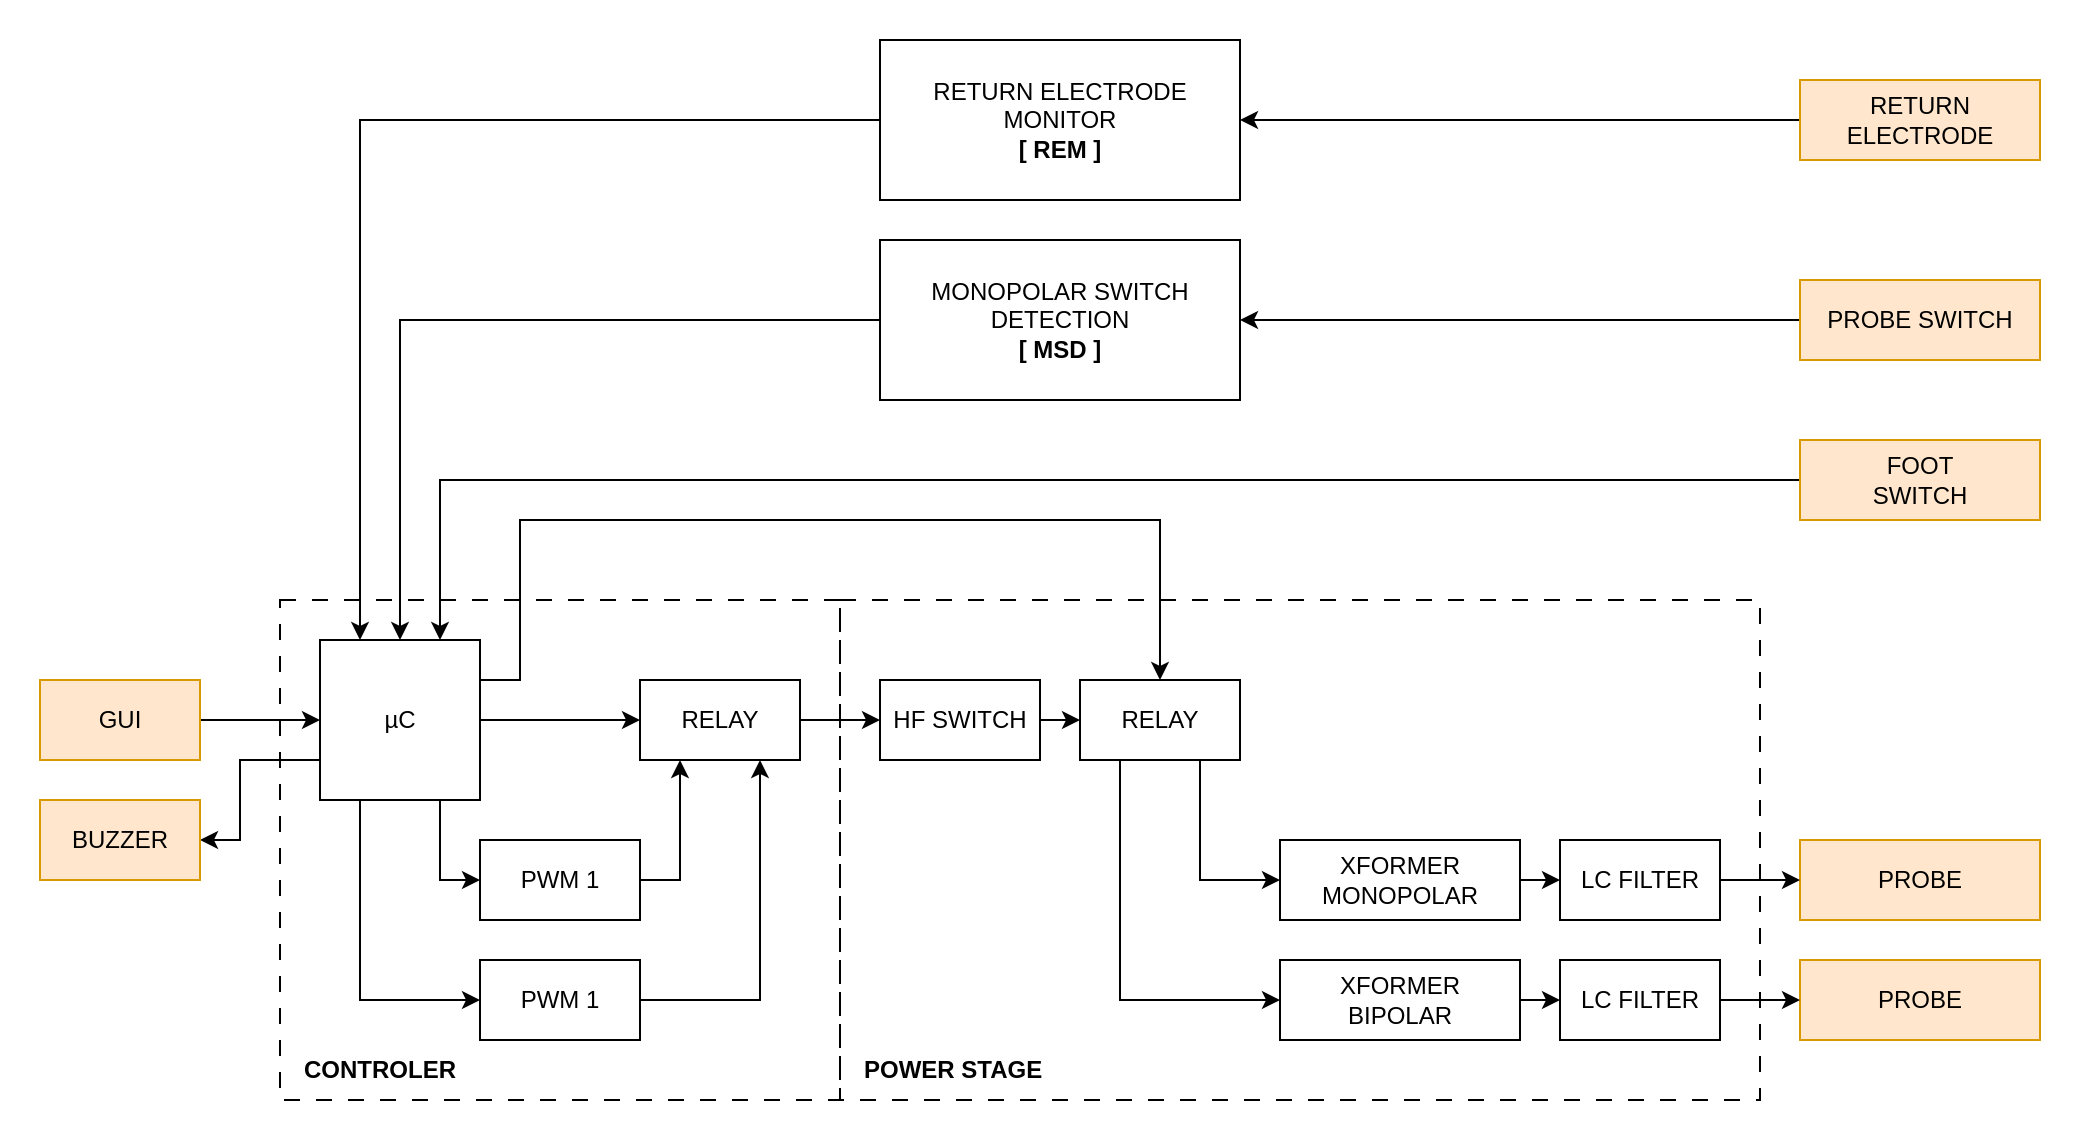
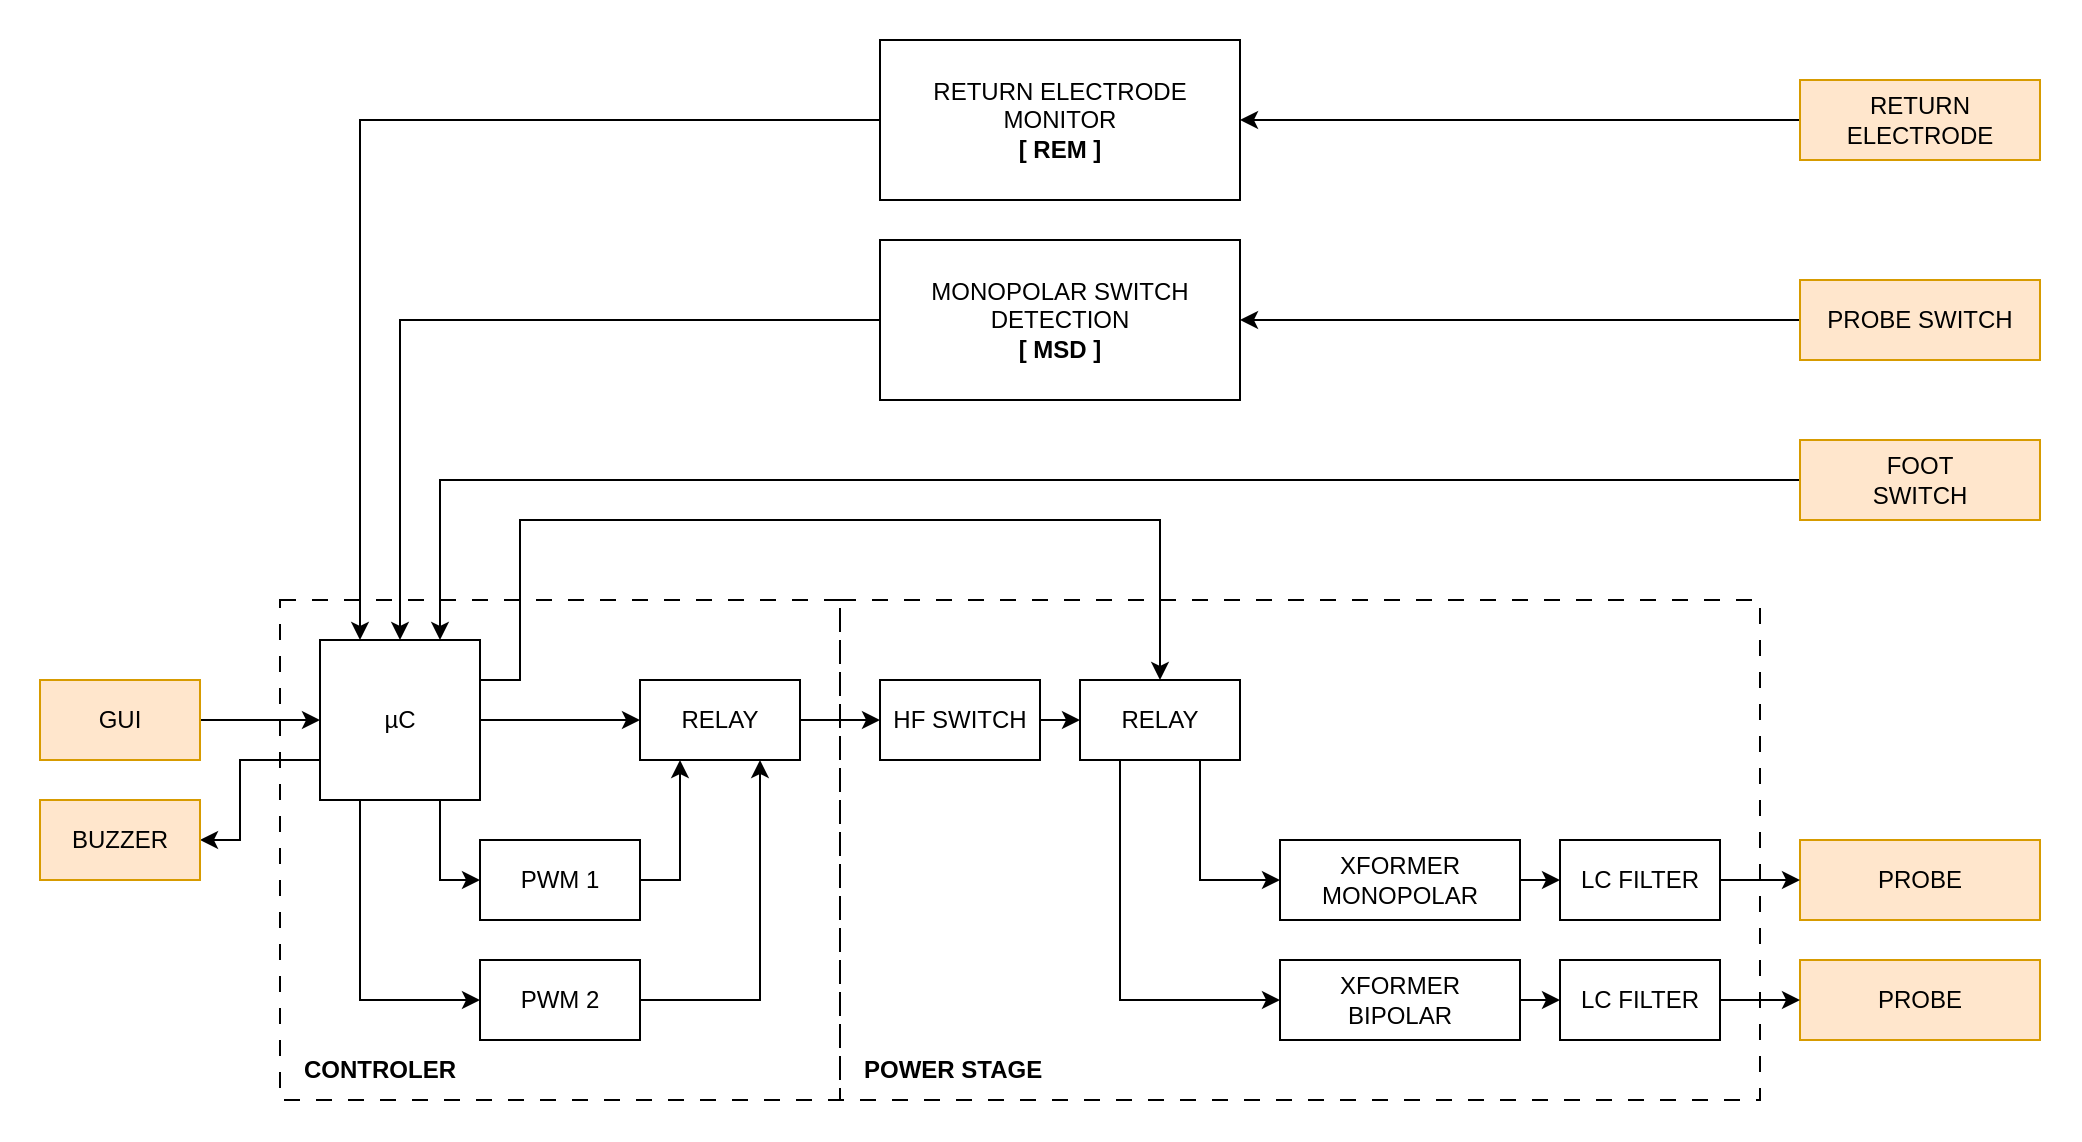
<mxfile host="Electron" agent="Mozilla/5.0 (Macintosh; Intel Mac OS X 10_15_7) AppleWebKit/537.36 (KHTML, like Gecko) draw.io/27.0.9 Chrome/134.0.6998.205 Electron/35.4.0 Safari/537.36" version="27.0.9">
  <diagram name="Page-1" id="lGJAKMOtNASJiG4ymPsX">
-     <mxGraphModel dx="1113" dy="861" grid="1" gridSize="10" guides="1" tooltips="1" connect="1" arrows="1" fold="1" page="1" pageScale="1" pageWidth="850" pageHeight="1100" math="0" shadow="0">
+     <mxGraphModel dx="1186" dy="882" grid="1" gridSize="10" guides="1" tooltips="1" connect="1" arrows="1" fold="1" page="1" pageScale="1" pageWidth="850" pageHeight="1100" math="0" shadow="0">
      <root>
        <mxCell id="0" />
        <mxCell id="1" parent="0" />
-         <mxCell id="9y6h02osWJ8CDRBxh5Tl-43" value="" style="rounded=0;whiteSpace=wrap;html=1;fillColor=none;strokeColor=none;labelBackgroundColor=none;fillStyle=solid;" parent="1" vertex="1">
+         <mxCell id="9y6h02osWJ8CDRBxh5Tl-43" value="&lt;div&gt;&lt;br/&gt;&lt;/div&gt;" style="rounded=0;whiteSpace=wrap;html=1;fillColor=none;strokeColor=none;labelBackgroundColor=none;fillStyle=solid;" parent="1" vertex="1">
          <mxGeometry y="80" width="1040" height="570" as="geometry" />
        </mxCell>
        <mxCell id="9y6h02osWJ8CDRBxh5Tl-30" value="" style="rounded=0;whiteSpace=wrap;html=1;fillColor=none;dashed=1;dashPattern=8 8;" parent="1" vertex="1">
          <mxGeometry x="140" y="380" width="280" height="250" as="geometry" />
        </mxCell>
        <mxCell id="9y6h02osWJ8CDRBxh5Tl-33" value="" style="rounded=0;whiteSpace=wrap;html=1;fillColor=none;dashed=1;dashPattern=8 8;" parent="1" vertex="1">
          <mxGeometry x="420" y="380" width="460" height="250" as="geometry" />
        </mxCell>
        <mxCell id="9y6h02osWJ8CDRBxh5Tl-16" style="edgeStyle=orthogonalEdgeStyle;rounded=0;orthogonalLoop=1;jettySize=auto;html=1;exitX=1;exitY=0.5;exitDx=0;exitDy=0;entryX=0;entryY=0.5;entryDx=0;entryDy=0;" parent="1" source="9y6h02osWJ8CDRBxh5Tl-57" target="9y6h02osWJ8CDRBxh5Tl-58" edge="1">
          <mxGeometry relative="1" as="geometry">
            <mxPoint x="600" y="440" as="sourcePoint" />
            <mxPoint x="640" y="440" as="targetPoint" />
          </mxGeometry>
        </mxCell>
        <mxCell id="9y6h02osWJ8CDRBxh5Tl-9" style="edgeStyle=orthogonalEdgeStyle;rounded=0;orthogonalLoop=1;jettySize=auto;html=1;exitX=1;exitY=0.5;exitDx=0;exitDy=0;entryX=0;entryY=0.5;entryDx=0;entryDy=0;" parent="1" source="9y6h02osWJ8CDRBxh5Tl-56" target="9y6h02osWJ8CDRBxh5Tl-57" edge="1">
          <mxGeometry relative="1" as="geometry">
            <mxPoint x="480" y="440" as="sourcePoint" />
            <mxPoint x="520" y="440" as="targetPoint" />
          </mxGeometry>
        </mxCell>
        <mxCell id="9y6h02osWJ8CDRBxh5Tl-23" style="edgeStyle=orthogonalEdgeStyle;rounded=0;orthogonalLoop=1;jettySize=auto;html=1;exitX=1;exitY=0.25;exitDx=0;exitDy=0;entryX=0.5;entryY=0;entryDx=0;entryDy=0;" parent="1" source="9y6h02osWJ8CDRBxh5Tl-10" target="9y6h02osWJ8CDRBxh5Tl-58" edge="1">
          <mxGeometry relative="1" as="geometry">
            <mxPoint x="680" y="400" as="targetPoint" />
            <Array as="points">
              <mxPoint x="260" y="420" />
              <mxPoint x="260" y="340" />
              <mxPoint x="580" y="340" />
            </Array>
          </mxGeometry>
        </mxCell>
        <mxCell id="9y6h02osWJ8CDRBxh5Tl-48" style="edgeStyle=orthogonalEdgeStyle;rounded=0;orthogonalLoop=1;jettySize=auto;html=1;exitX=0;exitY=0.75;exitDx=0;exitDy=0;entryX=1;entryY=0.5;entryDx=0;entryDy=0;" parent="1" source="9y6h02osWJ8CDRBxh5Tl-10" target="9y6h02osWJ8CDRBxh5Tl-44" edge="1">
          <mxGeometry relative="1" as="geometry">
            <Array as="points">
              <mxPoint x="120" y="460" />
              <mxPoint x="120" y="500" />
            </Array>
          </mxGeometry>
        </mxCell>
        <mxCell id="9y6h02osWJ8CDRBxh5Tl-50" style="edgeStyle=orthogonalEdgeStyle;rounded=0;orthogonalLoop=1;jettySize=auto;html=1;exitX=0.75;exitY=1;exitDx=0;exitDy=0;entryX=0;entryY=0.5;entryDx=0;entryDy=0;" parent="1" source="9y6h02osWJ8CDRBxh5Tl-10" target="9y6h02osWJ8CDRBxh5Tl-49" edge="1">
          <mxGeometry relative="1" as="geometry" />
        </mxCell>
        <mxCell id="9y6h02osWJ8CDRBxh5Tl-54" style="edgeStyle=orthogonalEdgeStyle;rounded=0;orthogonalLoop=1;jettySize=auto;html=1;exitX=0.25;exitY=1;exitDx=0;exitDy=0;entryX=0;entryY=0.5;entryDx=0;entryDy=0;" parent="1" source="9y6h02osWJ8CDRBxh5Tl-10" target="9y6h02osWJ8CDRBxh5Tl-53" edge="1">
          <mxGeometry relative="1" as="geometry" />
        </mxCell>
        <mxCell id="9y6h02osWJ8CDRBxh5Tl-60" style="edgeStyle=orthogonalEdgeStyle;rounded=0;orthogonalLoop=1;jettySize=auto;html=1;exitX=1;exitY=0.5;exitDx=0;exitDy=0;entryX=0;entryY=0.5;entryDx=0;entryDy=0;" parent="1" source="9y6h02osWJ8CDRBxh5Tl-10" target="9y6h02osWJ8CDRBxh5Tl-56" edge="1">
          <mxGeometry relative="1" as="geometry">
            <Array as="points">
              <mxPoint x="320" y="440" />
              <mxPoint x="320" y="440" />
            </Array>
          </mxGeometry>
        </mxCell>
        <mxCell id="9y6h02osWJ8CDRBxh5Tl-10" value="µC" style="rounded=0;whiteSpace=wrap;html=1;" parent="1" vertex="1">
          <mxGeometry x="160" y="400" width="80" height="80" as="geometry" />
        </mxCell>
-         <mxCell id="bND9FI77Pmz1nXRL4Sbd-13" style="edgeStyle=orthogonalEdgeStyle;rounded=0;orthogonalLoop=1;jettySize=auto;html=1;exitX=1;exitY=0.5;exitDx=0;exitDy=0;entryX=0;entryY=0.5;entryDx=0;entryDy=0;" edge="1" parent="1" source="9y6h02osWJ8CDRBxh5Tl-18" target="bND9FI77Pmz1nXRL4Sbd-8">
+         <mxCell id="bND9FI77Pmz1nXRL4Sbd-13" style="edgeStyle=orthogonalEdgeStyle;rounded=0;orthogonalLoop=1;jettySize=auto;html=1;exitX=1;exitY=0.5;exitDx=0;exitDy=0;entryX=0;entryY=0.5;entryDx=0;entryDy=0;" parent="1" source="9y6h02osWJ8CDRBxh5Tl-18" target="bND9FI77Pmz1nXRL4Sbd-8" edge="1">
          <mxGeometry relative="1" as="geometry" />
        </mxCell>
        <mxCell id="9y6h02osWJ8CDRBxh5Tl-18" value="XFORMER&lt;div&gt;MONOPOLAR&lt;/div&gt;" style="rounded=0;whiteSpace=wrap;html=1;" parent="1" vertex="1">
          <mxGeometry x="640" y="500" width="120" height="40" as="geometry" />
        </mxCell>
-         <mxCell id="bND9FI77Pmz1nXRL4Sbd-14" style="edgeStyle=orthogonalEdgeStyle;rounded=0;orthogonalLoop=1;jettySize=auto;html=1;exitX=1;exitY=0.5;exitDx=0;exitDy=0;entryX=0;entryY=0.5;entryDx=0;entryDy=0;" edge="1" parent="1" source="9y6h02osWJ8CDRBxh5Tl-19" target="bND9FI77Pmz1nXRL4Sbd-9">
+         <mxCell id="bND9FI77Pmz1nXRL4Sbd-14" style="edgeStyle=orthogonalEdgeStyle;rounded=0;orthogonalLoop=1;jettySize=auto;html=1;exitX=1;exitY=0.5;exitDx=0;exitDy=0;entryX=0;entryY=0.5;entryDx=0;entryDy=0;" parent="1" source="9y6h02osWJ8CDRBxh5Tl-19" target="bND9FI77Pmz1nXRL4Sbd-9" edge="1">
          <mxGeometry relative="1" as="geometry" />
        </mxCell>
        <mxCell id="9y6h02osWJ8CDRBxh5Tl-19" value="XFORMER&lt;div&gt;BIPOLAR&lt;/div&gt;" style="rounded=0;whiteSpace=wrap;html=1;" parent="1" vertex="1">
          <mxGeometry x="640" y="560" width="120" height="40" as="geometry" />
        </mxCell>
        <mxCell id="9y6h02osWJ8CDRBxh5Tl-25" style="edgeStyle=orthogonalEdgeStyle;rounded=0;orthogonalLoop=1;jettySize=auto;html=1;exitX=0;exitY=0.5;exitDx=0;exitDy=0;entryX=0.5;entryY=0;entryDx=0;entryDy=0;" parent="1" source="9y6h02osWJ8CDRBxh5Tl-24" target="9y6h02osWJ8CDRBxh5Tl-10" edge="1">
          <mxGeometry relative="1" as="geometry" />
        </mxCell>
        <mxCell id="9y6h02osWJ8CDRBxh5Tl-24" value="MONOPOLAR SWITCH DETECTION&lt;div&gt;&lt;b&gt;[ MSD ]&lt;/b&gt;&lt;/div&gt;" style="rounded=0;whiteSpace=wrap;html=1;" parent="1" vertex="1">
          <mxGeometry x="440" y="200" width="180" height="80" as="geometry" />
        </mxCell>
        <mxCell id="9y6h02osWJ8CDRBxh5Tl-27" style="edgeStyle=orthogonalEdgeStyle;rounded=0;orthogonalLoop=1;jettySize=auto;html=1;exitX=0;exitY=0.5;exitDx=0;exitDy=0;entryX=0.25;entryY=0;entryDx=0;entryDy=0;" parent="1" source="9y6h02osWJ8CDRBxh5Tl-26" target="9y6h02osWJ8CDRBxh5Tl-10" edge="1">
          <mxGeometry relative="1" as="geometry" />
        </mxCell>
        <mxCell id="9y6h02osWJ8CDRBxh5Tl-26" value="RETURN ELECTRODE MONITOR&lt;div&gt;&lt;b&gt;[ REM ]&lt;/b&gt;&lt;/div&gt;" style="rounded=0;whiteSpace=wrap;html=1;" parent="1" vertex="1">
          <mxGeometry x="440" y="100" width="180" height="80" as="geometry" />
        </mxCell>
        <mxCell id="9y6h02osWJ8CDRBxh5Tl-34" value="CONTROLER" style="text;html=1;align=left;verticalAlign=middle;whiteSpace=wrap;rounded=0;fontStyle=1" parent="1" vertex="1">
          <mxGeometry x="150" y="600" width="110" height="30" as="geometry" />
        </mxCell>
        <mxCell id="9y6h02osWJ8CDRBxh5Tl-35" value="POWER STAGE" style="text;html=1;align=left;verticalAlign=middle;whiteSpace=wrap;rounded=0;fontStyle=1" parent="1" vertex="1">
          <mxGeometry x="430" y="600" width="110" height="30" as="geometry" />
        </mxCell>
        <mxCell id="9y6h02osWJ8CDRBxh5Tl-38" style="edgeStyle=orthogonalEdgeStyle;rounded=0;orthogonalLoop=1;jettySize=auto;html=1;exitX=0;exitY=0.5;exitDx=0;exitDy=0;entryX=0.75;entryY=0;entryDx=0;entryDy=0;" parent="1" source="9y6h02osWJ8CDRBxh5Tl-36" target="9y6h02osWJ8CDRBxh5Tl-10" edge="1">
          <mxGeometry relative="1" as="geometry" />
        </mxCell>
        <mxCell id="9y6h02osWJ8CDRBxh5Tl-36" value="FOOT&lt;div&gt;SWITCH&lt;/div&gt;" style="rounded=0;whiteSpace=wrap;html=1;fillColor=#ffe6cc;strokeColor=#d79b00;" parent="1" vertex="1">
          <mxGeometry x="900" y="300" width="120" height="40" as="geometry" />
        </mxCell>
        <mxCell id="9y6h02osWJ8CDRBxh5Tl-41" style="edgeStyle=orthogonalEdgeStyle;rounded=0;orthogonalLoop=1;jettySize=auto;html=1;exitX=1;exitY=0.5;exitDx=0;exitDy=0;entryX=0;entryY=0.5;entryDx=0;entryDy=0;" parent="1" source="9y6h02osWJ8CDRBxh5Tl-40" target="9y6h02osWJ8CDRBxh5Tl-10" edge="1">
          <mxGeometry relative="1" as="geometry" />
        </mxCell>
        <mxCell id="9y6h02osWJ8CDRBxh5Tl-40" value="GUI" style="rounded=0;whiteSpace=wrap;html=1;fillColor=#ffe6cc;strokeColor=#d79b00;" parent="1" vertex="1">
          <mxGeometry x="20" y="420" width="80" height="40" as="geometry" />
        </mxCell>
        <mxCell id="9y6h02osWJ8CDRBxh5Tl-44" value="BUZZER" style="rounded=0;whiteSpace=wrap;html=1;fillColor=#ffe6cc;strokeColor=#d79b00;" parent="1" vertex="1">
          <mxGeometry x="20" y="480" width="80" height="40" as="geometry" />
        </mxCell>
        <mxCell id="9y6h02osWJ8CDRBxh5Tl-52" style="edgeStyle=orthogonalEdgeStyle;rounded=0;orthogonalLoop=1;jettySize=auto;html=1;exitX=1;exitY=0.5;exitDx=0;exitDy=0;entryX=0.25;entryY=1;entryDx=0;entryDy=0;" parent="1" source="9y6h02osWJ8CDRBxh5Tl-49" target="9y6h02osWJ8CDRBxh5Tl-56" edge="1">
          <mxGeometry relative="1" as="geometry">
            <mxPoint x="420" y="480" as="targetPoint" />
          </mxGeometry>
        </mxCell>
        <mxCell id="9y6h02osWJ8CDRBxh5Tl-49" value="PWM 1" style="rounded=0;whiteSpace=wrap;html=1;" parent="1" vertex="1">
          <mxGeometry x="240" y="500" width="80" height="40" as="geometry" />
        </mxCell>
        <mxCell id="9y6h02osWJ8CDRBxh5Tl-55" style="edgeStyle=orthogonalEdgeStyle;rounded=0;orthogonalLoop=1;jettySize=auto;html=1;exitX=1;exitY=0.5;exitDx=0;exitDy=0;entryX=0.75;entryY=1;entryDx=0;entryDy=0;" parent="1" source="9y6h02osWJ8CDRBxh5Tl-53" target="9y6h02osWJ8CDRBxh5Tl-56" edge="1">
          <mxGeometry relative="1" as="geometry">
            <mxPoint x="460" y="480" as="targetPoint" />
          </mxGeometry>
        </mxCell>
-         <mxCell id="9y6h02osWJ8CDRBxh5Tl-53" value="PWM 1" style="rounded=0;whiteSpace=wrap;html=1;" parent="1" vertex="1">
+         <mxCell id="9y6h02osWJ8CDRBxh5Tl-53" value="PWM 2" style="rounded=0;whiteSpace=wrap;html=1;" parent="1" vertex="1">
          <mxGeometry x="240" y="560" width="80" height="40" as="geometry" />
        </mxCell>
        <mxCell id="9y6h02osWJ8CDRBxh5Tl-56" value="RELAY" style="rounded=0;whiteSpace=wrap;html=1;" parent="1" vertex="1">
          <mxGeometry x="320" y="420" width="80" height="40" as="geometry" />
        </mxCell>
        <mxCell id="9y6h02osWJ8CDRBxh5Tl-57" value="HF SWITCH" style="rounded=0;whiteSpace=wrap;html=1;" parent="1" vertex="1">
          <mxGeometry x="440" y="420" width="80" height="40" as="geometry" />
        </mxCell>
        <mxCell id="9y6h02osWJ8CDRBxh5Tl-61" style="edgeStyle=orthogonalEdgeStyle;rounded=0;orthogonalLoop=1;jettySize=auto;html=1;exitX=0.25;exitY=1;exitDx=0;exitDy=0;entryX=0;entryY=0.5;entryDx=0;entryDy=0;" parent="1" source="9y6h02osWJ8CDRBxh5Tl-58" target="9y6h02osWJ8CDRBxh5Tl-19" edge="1">
          <mxGeometry relative="1" as="geometry" />
        </mxCell>
-         <mxCell id="bND9FI77Pmz1nXRL4Sbd-1" style="edgeStyle=orthogonalEdgeStyle;rounded=0;orthogonalLoop=1;jettySize=auto;html=1;exitX=0.75;exitY=1;exitDx=0;exitDy=0;entryX=0;entryY=0.5;entryDx=0;entryDy=0;" edge="1" parent="1" source="9y6h02osWJ8CDRBxh5Tl-58" target="9y6h02osWJ8CDRBxh5Tl-18">
+         <mxCell id="bND9FI77Pmz1nXRL4Sbd-1" style="edgeStyle=orthogonalEdgeStyle;rounded=0;orthogonalLoop=1;jettySize=auto;html=1;exitX=0.75;exitY=1;exitDx=0;exitDy=0;entryX=0;entryY=0.5;entryDx=0;entryDy=0;" parent="1" source="9y6h02osWJ8CDRBxh5Tl-58" target="9y6h02osWJ8CDRBxh5Tl-18" edge="1">
          <mxGeometry relative="1" as="geometry" />
        </mxCell>
        <mxCell id="9y6h02osWJ8CDRBxh5Tl-58" value="RELAY" style="rounded=0;whiteSpace=wrap;html=1;" parent="1" vertex="1">
          <mxGeometry x="540" y="420" width="80" height="40" as="geometry" />
        </mxCell>
        <mxCell id="9y6h02osWJ8CDRBxh5Tl-66" style="edgeStyle=orthogonalEdgeStyle;rounded=0;orthogonalLoop=1;jettySize=auto;html=1;exitX=0;exitY=0.5;exitDx=0;exitDy=0;entryX=1;entryY=0.5;entryDx=0;entryDy=0;" parent="1" source="9y6h02osWJ8CDRBxh5Tl-63" target="9y6h02osWJ8CDRBxh5Tl-26" edge="1">
          <mxGeometry relative="1" as="geometry" />
        </mxCell>
        <mxCell id="9y6h02osWJ8CDRBxh5Tl-63" value="RETURN ELECTRODE" style="rounded=0;whiteSpace=wrap;html=1;fillColor=#ffe6cc;strokeColor=#d79b00;" parent="1" vertex="1">
          <mxGeometry x="900" y="120" width="120" height="40" as="geometry" />
        </mxCell>
        <mxCell id="9y6h02osWJ8CDRBxh5Tl-65" style="edgeStyle=orthogonalEdgeStyle;rounded=0;orthogonalLoop=1;jettySize=auto;html=1;exitX=0;exitY=0.5;exitDx=0;exitDy=0;entryX=1;entryY=0.5;entryDx=0;entryDy=0;" parent="1" source="9y6h02osWJ8CDRBxh5Tl-64" target="9y6h02osWJ8CDRBxh5Tl-24" edge="1">
          <mxGeometry relative="1" as="geometry" />
        </mxCell>
        <mxCell id="9y6h02osWJ8CDRBxh5Tl-64" value="PROBE SWITCH" style="rounded=0;whiteSpace=wrap;html=1;fillColor=#ffe6cc;strokeColor=#d79b00;" parent="1" vertex="1">
          <mxGeometry x="900" y="220" width="120" height="40" as="geometry" />
        </mxCell>
        <mxCell id="9y6h02osWJ8CDRBxh5Tl-67" value="PROBE" style="rounded=0;whiteSpace=wrap;html=1;fillColor=#ffe6cc;strokeColor=#d79b00;" parent="1" vertex="1">
          <mxGeometry x="900" y="500" width="120" height="40" as="geometry" />
        </mxCell>
        <mxCell id="9y6h02osWJ8CDRBxh5Tl-68" value="PROBE" style="rounded=0;whiteSpace=wrap;html=1;fillColor=#ffe6cc;strokeColor=#d79b00;" parent="1" vertex="1">
          <mxGeometry x="900" y="560" width="120" height="40" as="geometry" />
        </mxCell>
-         <mxCell id="bND9FI77Pmz1nXRL4Sbd-10" style="edgeStyle=orthogonalEdgeStyle;rounded=0;orthogonalLoop=1;jettySize=auto;html=1;exitX=1;exitY=0.5;exitDx=0;exitDy=0;entryX=0;entryY=0.5;entryDx=0;entryDy=0;" edge="1" parent="1" source="bND9FI77Pmz1nXRL4Sbd-8" target="9y6h02osWJ8CDRBxh5Tl-67">
+         <mxCell id="bND9FI77Pmz1nXRL4Sbd-10" style="edgeStyle=orthogonalEdgeStyle;rounded=0;orthogonalLoop=1;jettySize=auto;html=1;exitX=1;exitY=0.5;exitDx=0;exitDy=0;entryX=0;entryY=0.5;entryDx=0;entryDy=0;" parent="1" source="bND9FI77Pmz1nXRL4Sbd-8" target="9y6h02osWJ8CDRBxh5Tl-67" edge="1">
          <mxGeometry relative="1" as="geometry" />
        </mxCell>
-         <mxCell id="bND9FI77Pmz1nXRL4Sbd-8" value="LC FILTER" style="rounded=0;whiteSpace=wrap;html=1;" vertex="1" parent="1">
+         <mxCell id="bND9FI77Pmz1nXRL4Sbd-8" value="LC FILTER" style="rounded=0;whiteSpace=wrap;html=1;" parent="1" vertex="1">
          <mxGeometry x="780" y="500" width="80" height="40" as="geometry" />
        </mxCell>
-         <mxCell id="bND9FI77Pmz1nXRL4Sbd-11" style="edgeStyle=orthogonalEdgeStyle;rounded=0;orthogonalLoop=1;jettySize=auto;html=1;exitX=1;exitY=0.5;exitDx=0;exitDy=0;entryX=0;entryY=0.5;entryDx=0;entryDy=0;" edge="1" parent="1" source="bND9FI77Pmz1nXRL4Sbd-9" target="9y6h02osWJ8CDRBxh5Tl-68">
+         <mxCell id="bND9FI77Pmz1nXRL4Sbd-11" style="edgeStyle=orthogonalEdgeStyle;rounded=0;orthogonalLoop=1;jettySize=auto;html=1;exitX=1;exitY=0.5;exitDx=0;exitDy=0;entryX=0;entryY=0.5;entryDx=0;entryDy=0;" parent="1" source="bND9FI77Pmz1nXRL4Sbd-9" target="9y6h02osWJ8CDRBxh5Tl-68" edge="1">
          <mxGeometry relative="1" as="geometry" />
        </mxCell>
-         <mxCell id="bND9FI77Pmz1nXRL4Sbd-9" value="LC FILTER" style="rounded=0;whiteSpace=wrap;html=1;" vertex="1" parent="1">
+         <mxCell id="bND9FI77Pmz1nXRL4Sbd-9" value="LC FILTER" style="rounded=0;whiteSpace=wrap;html=1;" parent="1" vertex="1">
          <mxGeometry x="780" y="560" width="80" height="40" as="geometry" />
        </mxCell>
      </root>
    </mxGraphModel>
  </diagram>
</mxfile>
